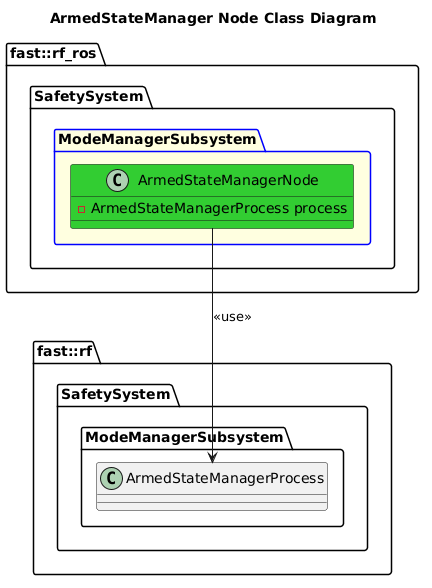
This is Systems/Safety/Subsystems/ModeManager/Nodes/ArmedStateManager/doc/puml/ArmedStateManagerNodeClassDiagram.png from fastrobotics/robot_framework_ros, a PlantUML export, as it was before one commit.
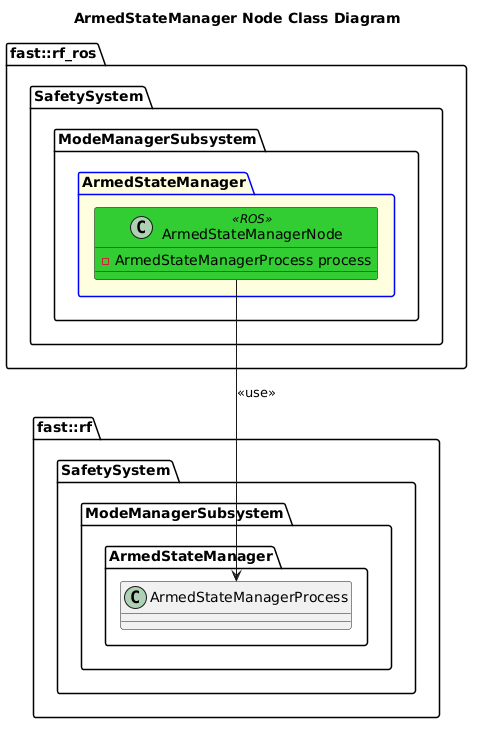
Later version of the same file.

What changed in the source:
```diff
@@ -4,17 +4,21 @@
 namespace fast::rf {
     namespace SafetySystem {
         namespace ModeManagerSubsystem {
-            class ArmedStateManagerProcess
+            namespace ArmedStateManager {
+                class ArmedStateManagerProcess
+            }
         }
     }
 }
 namespace fast::rf_ros {
    namespace SafetySystem {
-        package ModeManagerSubsystem #LightYellow;line:blue {
-            class ArmedStateManagerNode #LimeGreen {
-                -ArmedStateManagerProcess process
+        namespace ModeManagerSubsystem {
+            package ArmedStateManager #LightYellow;line:blue {
+                class ArmedStateManagerNode <<ROS>> #LimeGreen {
+                    -ArmedStateManagerProcess process
+                }
+                ArmedStateManagerNode --> ArmedStateManagerProcess: <<use>>
             }
-            ArmedStateManagerNode --> ArmedStateManagerProcess: <<use>>
         }
     }
 }
```
